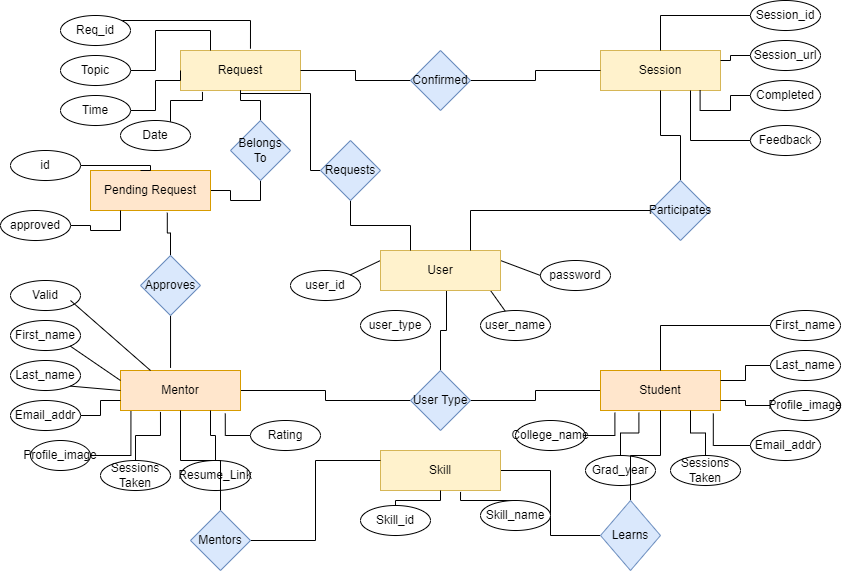
Earlier version of the draw.io export Documentation/ER_Diagram.png (aj18coep/SEMP-II). Source tidied: cells renumbered, new cells last; positions are measured from the earlier drawing's top-left corner, leaving out a move shared by most shapes.
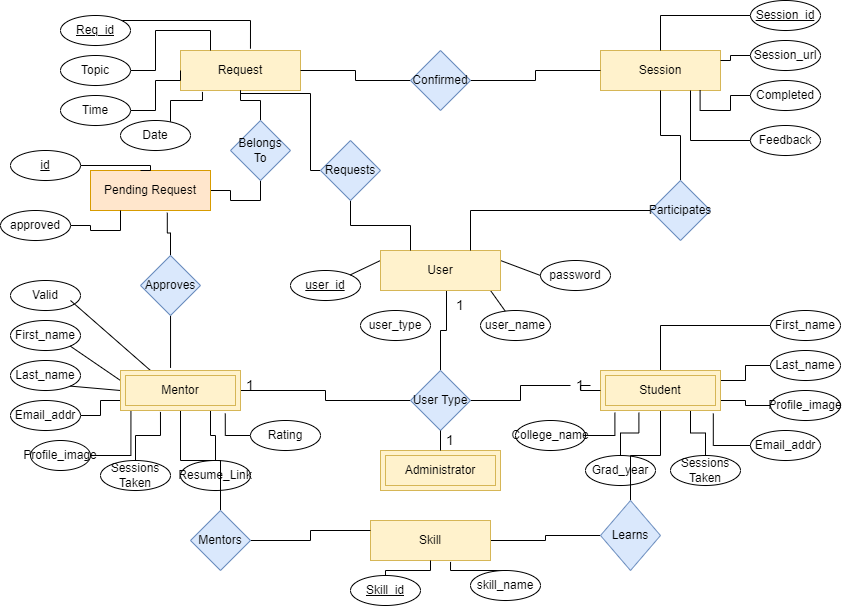
The same diagram one commit later.

What changed in the source:
```diff
@@ -24,7 +24,7 @@
       <mxGeometry relative="1" as="geometry" />
     </mxCell>
     <mxCell id="9" value="Skill" style="rounded=0;whiteSpace=wrap;html=1;fillColor=#fff2cc;strokeColor=#d6b656;" parent="1" vertex="1">
-      <mxGeometry x="380" y="450" width="120" height="40" as="geometry" />
+      <mxGeometry x="370" y="520" width="120" height="40" as="geometry" />
     </mxCell>
     <mxCell id="10" value="First_name" style="ellipse;whiteSpace=wrap;html=1;" parent="1" vertex="1">
       <mxGeometry x="10" y="320" width="70" height="30" as="geometry" />
@@ -68,25 +68,25 @@
     <mxCell id="23" style="edgeStyle=orthogonalEdgeStyle;rounded=0;jettySize=auto;html=1;endArrow=none;endFill=0;entryX=0.667;entryY=1.035;entryDx=0;entryDy=0;entryPerimeter=0;" parent="1" edge="1" source="24" target="9">
       <mxGeometry relative="1" as="geometry">
         <Array as="points">
-          <mxPoint x="460" y="500" />
+          <mxPoint x="450" y="570" />
         </Array>
       </mxGeometry>
     </mxCell>
-    <mxCell id="24" value="Skill_name" style="ellipse;whiteSpace=wrap;html=1;" parent="1" vertex="1">
-      <mxGeometry x="480" y="500" width="70" height="30" as="geometry" />
+    <mxCell id="24" value="skill_name" style="ellipse;whiteSpace=wrap;html=1;" parent="1" vertex="1">
+      <mxGeometry x="470" y="570" width="70" height="30" as="geometry" />
     </mxCell>
     <mxCell id="25" style="edgeStyle=orthogonalEdgeStyle;rounded=0;jettySize=auto;html=1;entryX=0.5;entryY=1;entryDx=0;entryDy=0;endArrow=none;endFill=0;" parent="1" edge="1" source="26" target="9">
       <mxGeometry relative="1" as="geometry">
         <Array as="points">
-          <mxPoint x="395" y="500" />
-          <mxPoint x="440" y="500" />
+          <mxPoint x="385" y="570" />
+          <mxPoint x="430" y="570" />
         </Array>
       </mxGeometry>
     </mxCell>
-    <mxCell id="26" value="Skill_id" style="ellipse;whiteSpace=wrap;html=1;" parent="1" vertex="1">
-      <mxGeometry x="360" y="505" width="70" height="30" as="geometry" />
+    <mxCell id="26" value="&lt;u&gt;Skill_id&lt;/u&gt;" style="ellipse;whiteSpace=wrap;html=1;" parent="1" vertex="1">
+      <mxGeometry x="350" y="575" width="70" height="30" as="geometry" />
     </mxCell>
-    <mxCell id="27" style="edgeStyle=orthogonalEdgeStyle;rounded=0;jettySize=auto;html=1;entryX=1;entryY=0.5;entryDx=0;entryDy=0;endArrow=none;endFill=0;" parent="1" edge="1" source="28" target="48">
+    <mxCell id="27" style="edgeStyle=orthogonalEdgeStyle;rounded=0;jettySize=auto;html=1;entryX=1;entryY=0.5;entryDx=0;entryDy=0;endArrow=none;endFill=0;startArrow=none;" parent="1" edge="1" source="106" target="48">
       <mxGeometry relative="1" as="geometry" />
     </mxCell>
     <mxCell id="28" value="Student" style="rounded=0;whiteSpace=wrap;html=1;fillColor=#ffe6cc;strokeColor=#d79b00;" parent="1" vertex="1">
@@ -137,7 +137,7 @@
     <mxCell id="43" value="user_name" style="ellipse;whiteSpace=wrap;html=1;" parent="1" vertex="1">
       <mxGeometry x="480" y="310" width="70" height="30" as="geometry" />
     </mxCell>
-    <mxCell id="44" value="user_id" style="ellipse;whiteSpace=wrap;html=1;" parent="1" vertex="1">
+    <mxCell id="44" value="&lt;u&gt;user_id&lt;/u&gt;" style="ellipse;whiteSpace=wrap;html=1;" parent="1" vertex="1">
       <mxGeometry x="290" y="270" width="70" height="30" as="geometry" />
     </mxCell>
     <mxCell id="45" value="user_type" style="ellipse;whiteSpace=wrap;html=1;" parent="1" vertex="1">
@@ -257,7 +257,7 @@
         </Array>
       </mxGeometry>
     </mxCell>
-    <mxCell id="77" value="Req_id" style="ellipse;whiteSpace=wrap;html=1;" parent="1" vertex="1">
+    <mxCell id="77" value="&lt;u&gt;Req_id&lt;/u&gt;" style="ellipse;whiteSpace=wrap;html=1;" parent="1" vertex="1">
       <mxGeometry x="60" y="15" width="70" height="30" as="geometry" />
     </mxCell>
     <mxCell id="78" style="edgeStyle=orthogonalEdgeStyle;rounded=0;jettySize=auto;html=1;entryX=1;entryY=0.25;entryDx=0;entryDy=0;endArrow=none;endFill=0;" parent="1" edge="1" source="79" target="5">
@@ -275,7 +275,7 @@
     <mxCell id="82" style="edgeStyle=orthogonalEdgeStyle;rounded=0;jettySize=auto;html=1;endArrow=none;endFill=0;" parent="1" edge="1" source="83" target="5">
       <mxGeometry relative="1" as="geometry" />
     </mxCell>
-    <mxCell id="83" value="Session_id" style="ellipse;whiteSpace=wrap;html=1;" parent="1" vertex="1">
+    <mxCell id="83" value="&lt;u&gt;Session_id&lt;/u&gt;" style="ellipse;whiteSpace=wrap;html=1;" parent="1" vertex="1">
       <mxGeometry x="750" width="70" height="30" as="geometry" />
     </mxCell>
     <mxCell id="84" style="edgeStyle=orthogonalEdgeStyle;rounded=0;jettySize=auto;html=1;endArrow=none;endFill=0;entryX=0.75;entryY=1;entryDx=0;entryDy=0;" parent="1" edge="1" source="85" target="5">
@@ -326,7 +326,7 @@
         </Array>
       </mxGeometry>
     </mxCell>
-    <mxCell id="94" value="id" style="ellipse;whiteSpace=wrap;html=1;" parent="1" vertex="1">
+    <mxCell id="94" value="&lt;u&gt;id&lt;/u&gt;" style="ellipse;whiteSpace=wrap;html=1;" parent="1" vertex="1">
       <mxGeometry x="10" y="150" width="70" height="30" as="geometry" />
     </mxCell>
     <mxCell id="95" style="edgeStyle=orthogonalEdgeStyle;rounded=0;jettySize=auto;html=1;entryX=0.25;entryY=1;entryDx=0;entryDy=0;endArrow=none;endFill=0;" parent="1" edge="1" source="96" target="7">
@@ -335,5 +335,44 @@
     <mxCell id="96" value="approved" style="ellipse;whiteSpace=wrap;html=1;" parent="1" vertex="1">
       <mxGeometry y="210" width="70" height="30" as="geometry" />
     </mxCell>
+    <mxCell id="97" value="Administrator" style="rounded=0;whiteSpace=wrap;html=1;fillColor=#fff2cc;strokeColor=#d6b656;" parent="1" vertex="1">
+      <mxGeometry x="380" y="450" width="120" height="40" as="geometry" />
+    </mxCell>
+    <mxCell id="98" value="Administrator" style="rounded=0;whiteSpace=wrap;html=1;fillColor=#fff2cc;strokeColor=#d6b656;" parent="1" vertex="1">
+      <mxGeometry x="385" y="455" width="110" height="30" as="geometry" />
+    </mxCell>
+    <mxCell id="99" style="endArrow=none;html=1;rounded=0;fontSize=14;" parent="1" edge="1">
+      <mxGeometry relative="1" as="geometry">
+        <mxPoint x="440" y="450" as="sourcePoint" />
+        <mxPoint x="440" y="430" as="targetPoint" />
+      </mxGeometry>
+    </mxCell>
+    <mxCell id="100" value="Administrator" style="rounded=0;whiteSpace=wrap;html=1;fillColor=#fff2cc;strokeColor=#d6b656;" parent="1" vertex="1">
+      <mxGeometry x="600" y="370" width="120" height="40" as="geometry" />
+    </mxCell>
+    <mxCell id="101" value="Student" style="rounded=0;whiteSpace=wrap;html=1;fillColor=#fff2cc;strokeColor=#d6b656;" parent="1" vertex="1">
+      <mxGeometry x="605" y="375" width="110" height="30" as="geometry" />
+    </mxCell>
+    <mxCell id="102" value="Administrator" style="rounded=0;whiteSpace=wrap;html=1;fillColor=#fff2cc;strokeColor=#d6b656;" parent="1" vertex="1">
+      <mxGeometry x="120" y="370" width="120" height="40" as="geometry" />
+    </mxCell>
+    <mxCell id="103" value="Mentor" style="rounded=0;whiteSpace=wrap;html=1;fillColor=#fff2cc;strokeColor=#d6b656;" parent="1" vertex="1">
+      <mxGeometry x="125" y="375" width="110" height="30" as="geometry" />
+    </mxCell>
+    <mxCell id="104" value="1" style="text;html=1;strokeColor=none;fillColor=none;align=center;verticalAlign=middle;whiteSpace=wrap;rounded=0;fontSize=14;" parent="1" vertex="1">
+      <mxGeometry x="440" y="425" width="20" height="30" as="geometry" />
+    </mxCell>
+    <mxCell id="105" value="1" style="text;html=1;strokeColor=none;fillColor=none;align=center;verticalAlign=middle;whiteSpace=wrap;rounded=0;fontSize=14;" parent="1" vertex="1">
+      <mxGeometry x="450" y="290" width="20" height="30" as="geometry" />
+    </mxCell>
+    <mxCell id="106" value="1" style="text;html=1;strokeColor=none;fillColor=none;align=center;verticalAlign=middle;whiteSpace=wrap;rounded=0;fontSize=14;" parent="1" vertex="1">
+      <mxGeometry x="570" y="370" width="20" height="30" as="geometry" />
+    </mxCell>
+    <mxCell id="107" style="edgeStyle=orthogonalEdgeStyle;rounded=0;jettySize=auto;html=1;entryX=1;entryY=0.5;entryDx=0;entryDy=0;endArrow=none;endFill=0;" parent="1" edge="1" source="28" target="106">
+      <mxGeometry relative="1" as="geometry" />
+    </mxCell>
+    <mxCell id="108" value="1" style="text;html=1;strokeColor=none;fillColor=none;align=center;verticalAlign=middle;whiteSpace=wrap;rounded=0;fontSize=14;" parent="1" vertex="1">
+      <mxGeometry x="240" y="370" width="20" height="30" as="geometry" />
+    </mxCell>
   </root>
 </mxGraphModel>
```
